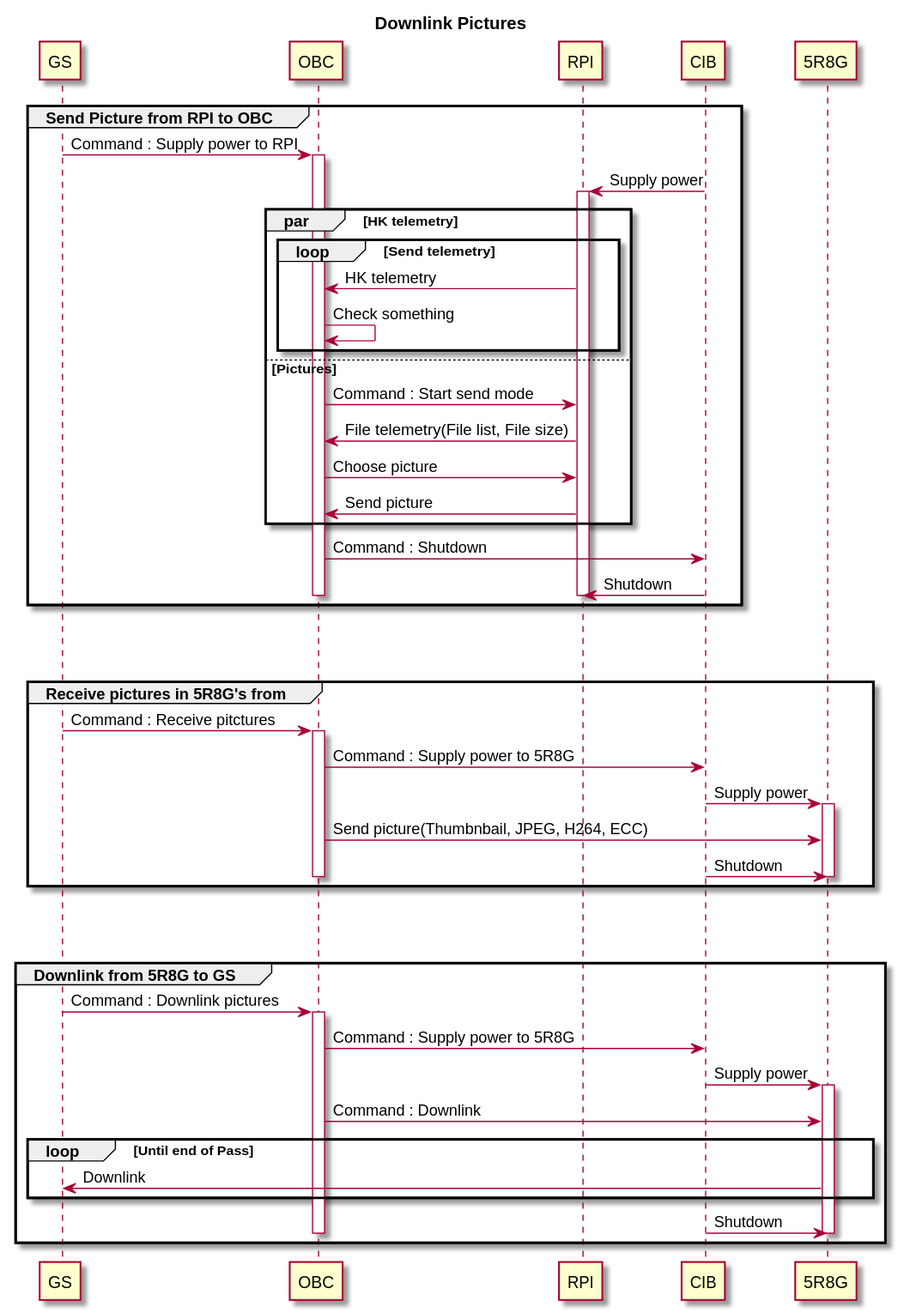
Earlier version of the PlantUML export out/sequence_map/downlink/downlink/Downlink Pictures.svg (OrigamiSat1Project/Operation_UML). Source of this version:
```plantuml
@startuml
title Downlink Pictures
participant GS
participant OBC
participant RPI
participant CIB

group Send Picture from RPI to OBC
    GS -> OBC : Command : Supply power to RPI
    activate OBC
    CIB -> RPI : Supply power
    activate RPI
    par HK telemetry
        loop Send telemetry
            RPI -> OBC : HK telemetry
            OBC -> OBC : Check something
        end
    else Pictures
        OBC -> RPI : Command : Start send mode
        RPI -> OBC : File telemetry(File list, File size)
        OBC -> RPI : Choose picture
        RPI -> OBC : Send picture
    end
    OBC -> CIB : Command : Shutdown
    CIB -> RPI : Shutdown
    deactivate RPI
    deactivate OBC
end
||50||
group Receive pictures in 5R8G's from
    GS -> OBC : Command : Receive pitctures
    activate OBC
    OBC -> CIB : Command : Supply power to 5R8G
    CIB -> 5R8G : Supply power
    activate 5R8G
    OBC -> 5R8G : Send picture(Thumbnbail, JPEG, H264, ECC)
    CIB -> 5R8G : Shutdown
    deactivate 5R8G
    deactivate OBC
end
||50||
group Downlink from 5R8G to GS
    GS -> OBC : Command : Downlink pictures
    activate OBC
    OBC -> CIB : Command : Supply power to 5R8G
    CIB -> 5R8G : Supply power
    activate 5R8G
    OBC -> 5R8G : Command : Downlink
    loop Until end of Pass
        5R8G -> GS : Downlink
    end
    CIB -> 5R8G : Shutdown
    deactivate 5R8G
    deactivate OBC
end
@enduml
```
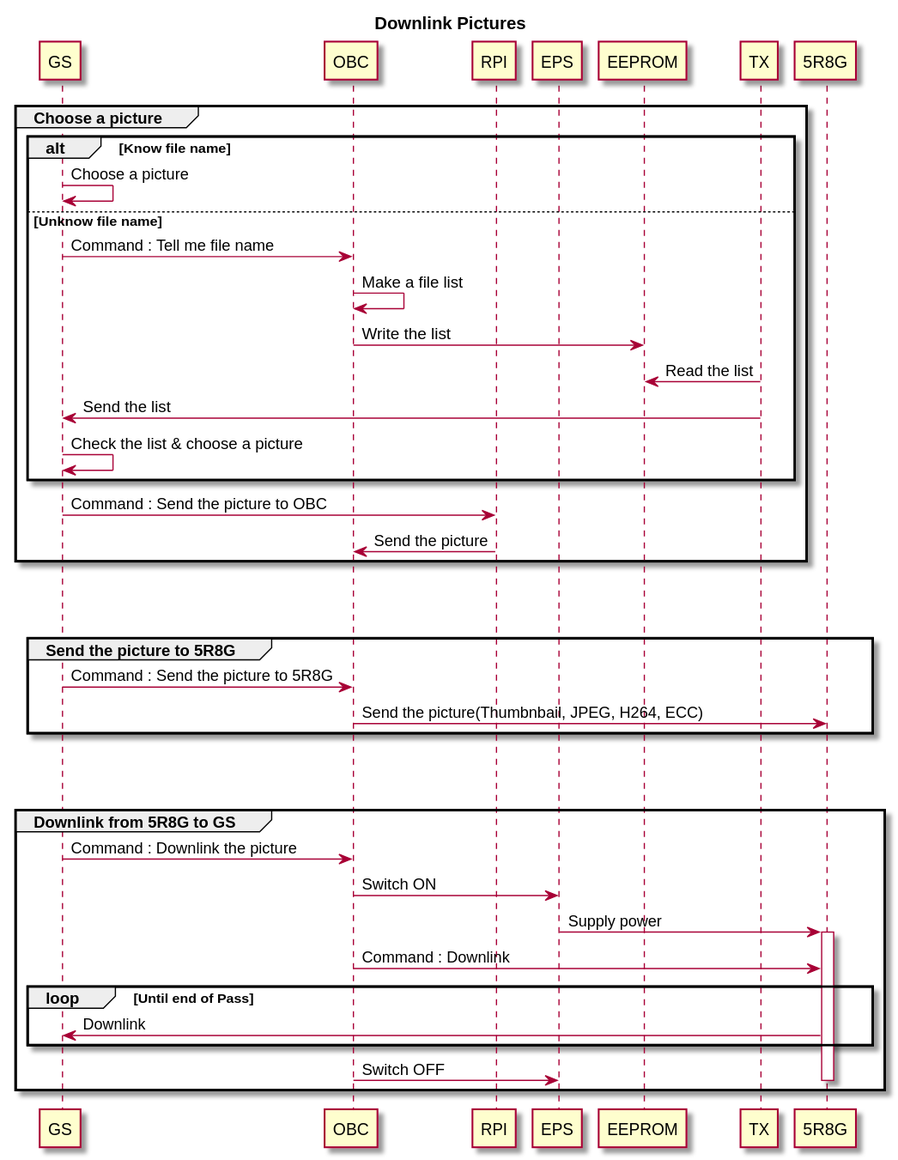
The same file after the commit.

Commit message:
Bugfix : Choose a picture

Change to the diagram source:
```diff
@@ -3,54 +3,40 @@
 participant GS
 participant OBC
 participant RPI
-participant CIB
+participant EPS
+participant EEPROM
 
-group Send Picture from RPI to OBC
-    GS -> OBC : Command : Supply power to RPI
-    activate OBC
-    CIB -> RPI : Supply power
-    activate RPI
-    par HK telemetry
-        loop Send telemetry
-            RPI -> OBC : HK telemetry
-            OBC -> OBC : Check something
-        end
-    else Pictures
-        OBC -> RPI : Command : Start send mode
-        RPI -> OBC : File telemetry(File list, File size)
-        OBC -> RPI : Choose picture
-        RPI -> OBC : Send picture
+group Choose a picture
+    alt Know file name
+        GS -> GS : Choose a picture
+    else Unknow file name
+        GS -> OBC : Command : Tell me file name
+        OBC -> OBC : Make a file list
+        OBC -> EEPROM : Write the list
+        TX -> EEPROM : Read the list
+        TX -> GS : Send the list
+        GS -> GS : Check the list & choose a picture
     end
-    OBC -> CIB : Command : Shutdown
-    CIB -> RPI : Shutdown
-    deactivate RPI
-    deactivate OBC
+
+    GS -> RPI : Command : Send the picture to OBC
+    RPI -> OBC : Send the picture
 end
 ||50||
-group Receive pictures in 5R8G's from
-    GS -> OBC : Command : Receive pitctures
-    activate OBC
-    OBC -> CIB : Command : Supply power to 5R8G
-    CIB -> 5R8G : Supply power
-    activate 5R8G
-    OBC -> 5R8G : Send picture(Thumbnbail, JPEG, H264, ECC)
-    CIB -> 5R8G : Shutdown
-    deactivate 5R8G
-    deactivate OBC
+group Send the picture to 5R8G
+    GS -> OBC : Command : Send the picture to 5R8G
+    OBC -> 5R8G : Send the picture(Thumbnbail, JPEG, H264, ECC)
 end
 ||50||
 group Downlink from 5R8G to GS
-    GS -> OBC : Command : Downlink pictures
-    activate OBC
-    OBC -> CIB : Command : Supply power to 5R8G
-    CIB -> 5R8G : Supply power
+    GS -> OBC : Command : Downlink the picture
+    OBC -> EPS : Switch ON
+    EPS -> 5R8G : Supply power
     activate 5R8G
     OBC -> 5R8G : Command : Downlink
     loop Until end of Pass
         5R8G -> GS : Downlink
     end
-    CIB -> 5R8G : Shutdown
+    OBC -> EPS : Switch OFF
     deactivate 5R8G
-    deactivate OBC
 end
 @enduml
```
